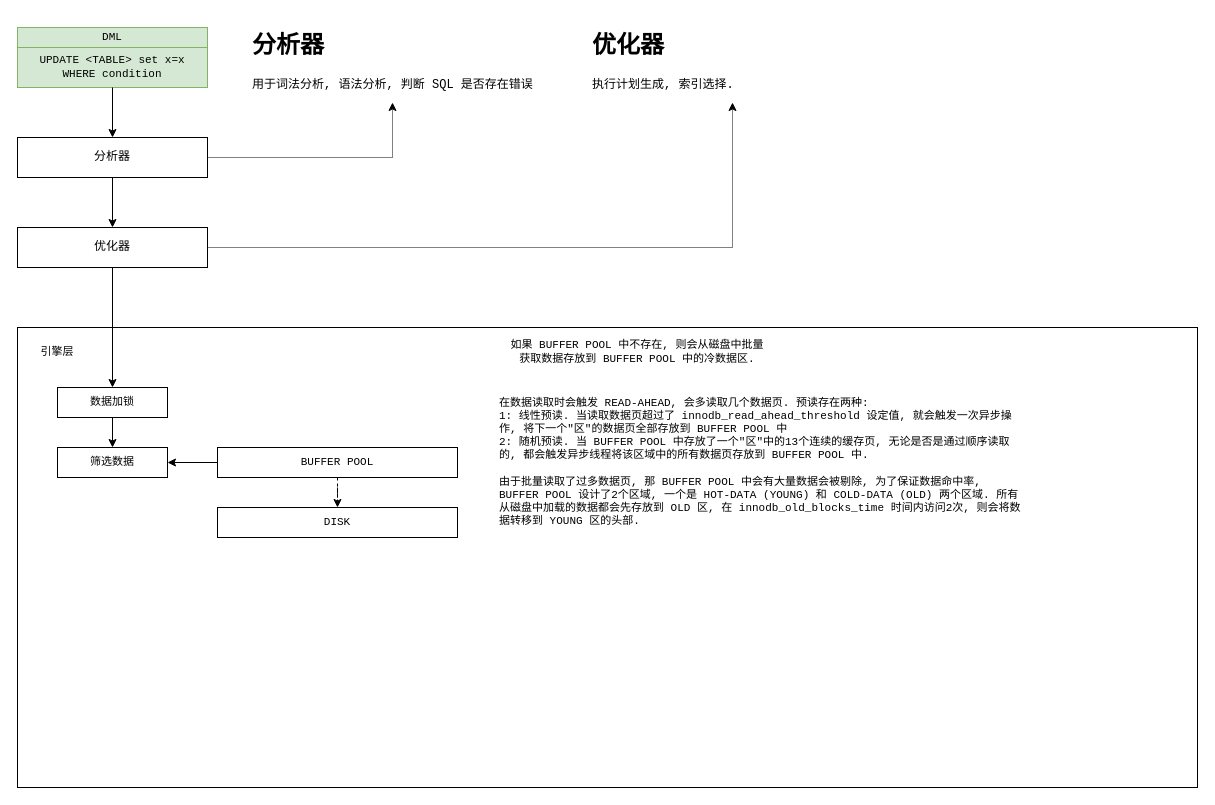
This is page "InnoDB 更新流程" (2 of 2) of mysql/innodb/未命名绘图.drawio from LJiangTao/drawio, a draw.io file, before an edit. Source tidied: cells renumbered, new cells numbered last; positions are measured from the earlier drawing's top-left corner, leaving out a move shared by most shapes. Both pictures are drawn from the tidied source at 100%, with x=0, y=0 at pixel (17, 27).
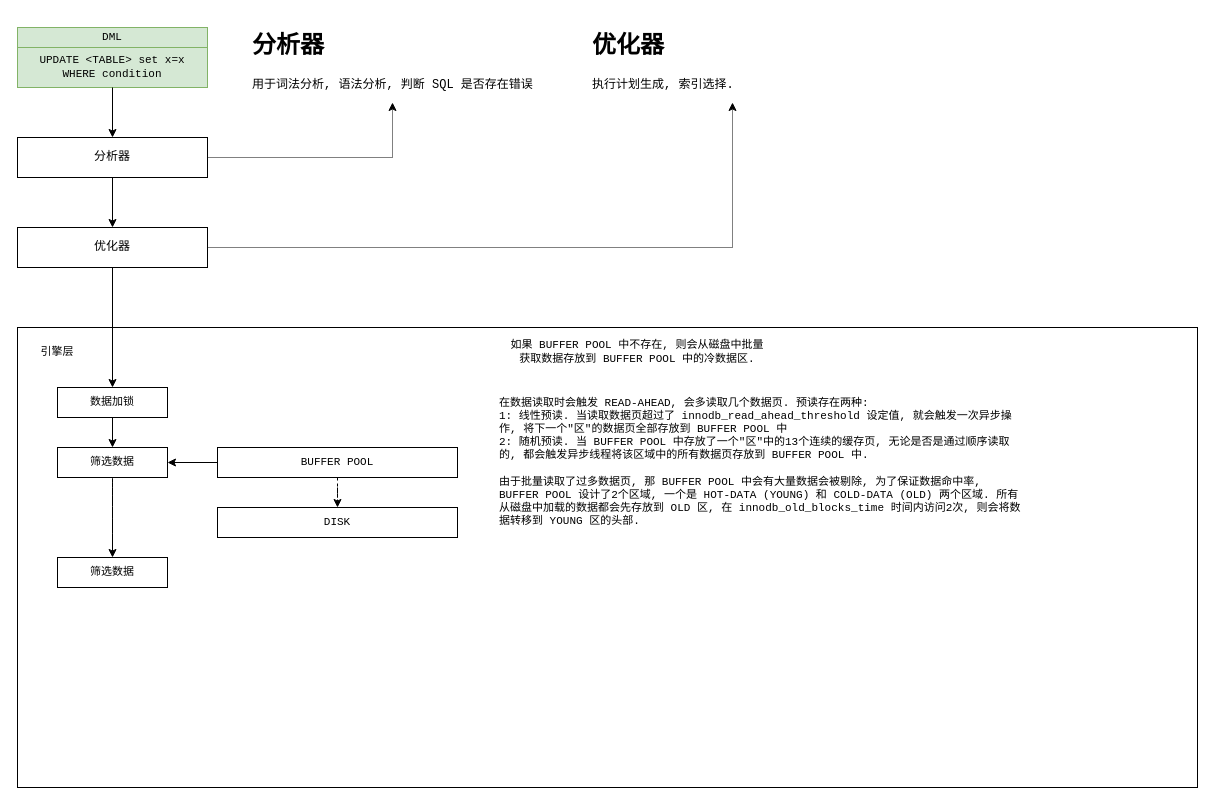
The same diagram, later.

The change refers to these unchanged cells:
```xml
<mxCell id="19" value="筛选数据" style="rounded=0;whiteSpace=wrap;html=1;fontFamily=Courier New;fontSize=11;" parent="1" vertex="1">
  <mxGeometry x="40" y="420" width="110" height="30" as="geometry" />
</mxCell>
```

What changed in the source:
```diff
@@
+    <mxCell id="25" style="edgeStyle=orthogonalEdgeStyle;curved=1;jettySize=auto;html=1;" parent="1" edge="1" source="19" target="26">
+      <mxGeometry relative="1" as="geometry" />
+    </mxCell>
@@
+    <mxCell id="26" value="筛选数据" style="rounded=0;whiteSpace=wrap;html=1;fontFamily=Courier New;fontSize=11;" parent="1" vertex="1">
+      <mxGeometry x="40" y="530" width="110" height="30" as="geometry" />
+    </mxCell>
```
